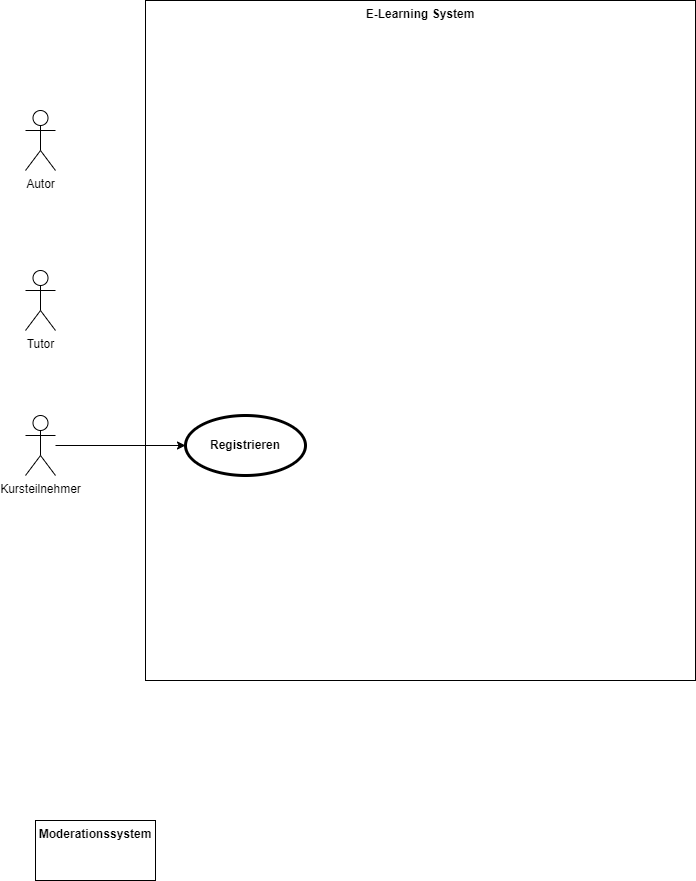
Above: Uebung8/E_Learning.drawio.png in jahtzee/SE_WS21 (draw.io), before the change. Source tidied: cells renumbered, new cells last; positions are measured from the earlier drawing's top-left corner, leaving out a move shared by most shapes.
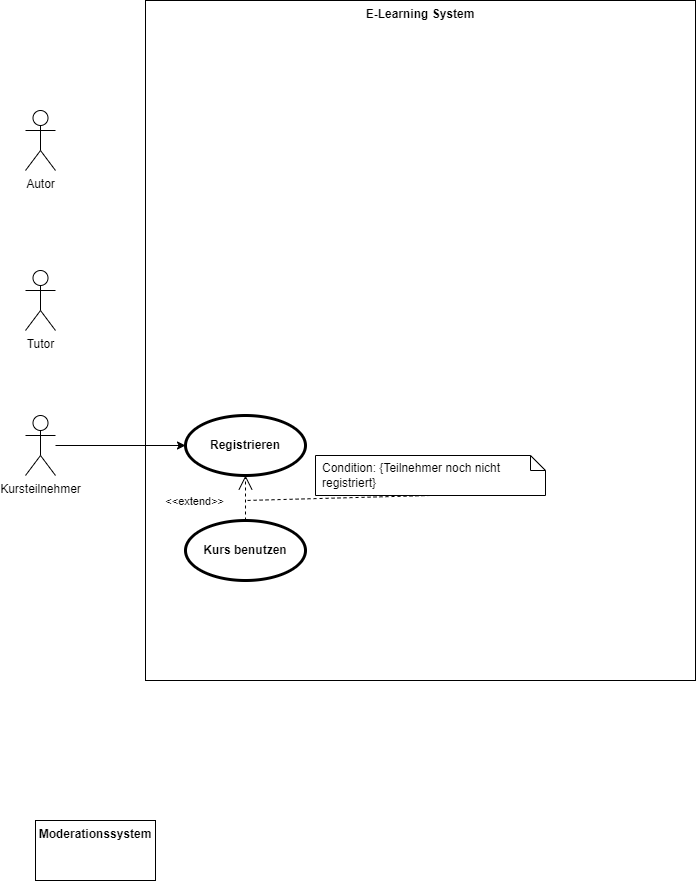
The same diagram one commit later.

The edit, as a diff of the source:
```diff
@@ -23,5 +23,19 @@
     <mxCell id="8" value="Registrieren" style="shape=ellipse;html=1;strokeWidth=3;fontStyle=1;whiteSpace=wrap;align=center;perimeter=ellipsePerimeter;" parent="1" vertex="1">
       <mxGeometry x="160" y="415" width="120" height="60" as="geometry" />
     </mxCell>
+    <mxCell id="9" value="Kurs benutzen" style="shape=ellipse;html=1;strokeWidth=3;fontStyle=1;whiteSpace=wrap;align=center;perimeter=ellipsePerimeter;" parent="1" vertex="1">
+      <mxGeometry x="160" y="520" width="120" height="60" as="geometry" />
+    </mxCell>
+    <mxCell id="10" value="Condition: {Teilnehmer noch nicht registriert}" style="shape=note;size=15;spacingLeft=5;align=left;whiteSpace=wrap;" parent="1" vertex="1">
+      <mxGeometry x="290" y="455" width="230" height="40" as="geometry" />
+    </mxCell>
+    <mxCell id="11" value="&amp;lt;&amp;lt;extend&amp;gt;&amp;gt;" style="align=right;html=1;verticalAlign=bottom;rounded=0;labelBackgroundColor=none;endArrow=open;endSize=12;dashed=1;" parent="1" edge="1" source="9" target="8">
+      <mxGeometry x="-0.56" y="20" relative="1" as="geometry" />
+    </mxCell>
+    <mxCell id="12" style="edgeStyle=none;html=1;endArrow=none;rounded=0;labelBackgroundColor=none;dashed=1;exitX=0.5;exitY=1;" parent="1" edge="1" source="10">
+      <mxGeometry relative="1" as="geometry">
+        <mxPoint x="220" y="500" as="targetPoint" />
+      </mxGeometry>
+    </mxCell>
   </root>
 </mxGraphModel>
```
